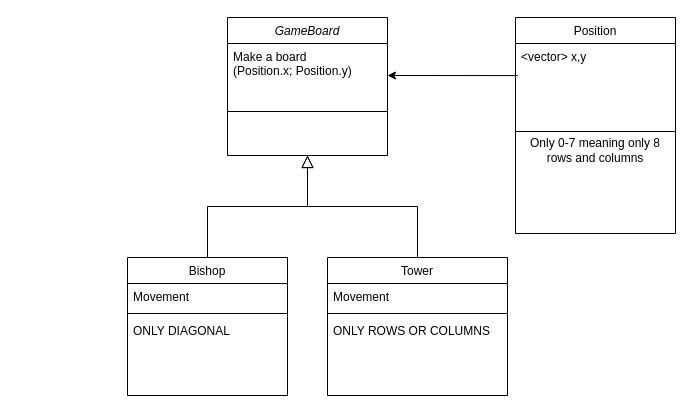
Yushikuni/UML-Diagrams keeps this draw.io diagram as Diagram bez názvu.drawio. Above is the earlier version. Source tidied: cells renumbered, new cells numbered last; positions are measured from the earlier drawing's top-left corner, leaving out a move shared by most shapes. Both pictures are drawn from the tidied source at 100%, with x=0, y=0 at pixel (127, 17).
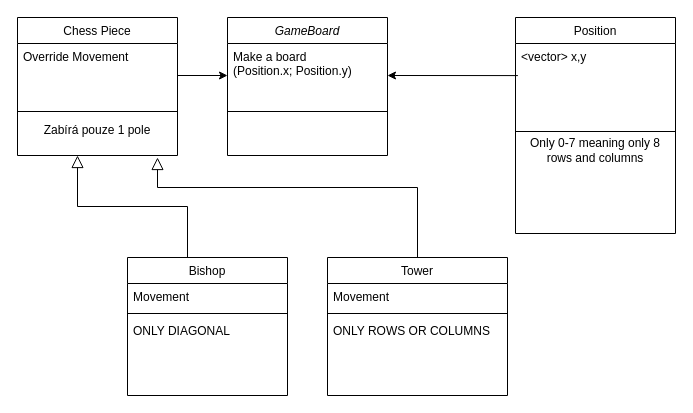
Above is the later version.

Unchanged cells that the change refers to:
```xml
<mxCell id="2" value="GameBoard" style="swimlane;fontStyle=2;align=center;verticalAlign=top;horizontal=1;startSize=26;rounded=0;shadow=0;strokeWidth=1;" parent="1" vertex="1">
  <mxGeometry x="100" width="160" height="138" as="geometry" />
</mxCell>
<mxCell id="3" value="Make a board &#10;(Position.x; Position.y)" style="text;align=left;verticalAlign=top;spacingLeft=4;spacingRight=4;overflow=hidden;points=[[0,0.5],[1,0.5]];portConstraint=eastwest;" parent="2" vertex="1">
  <mxGeometry y="26" width="160" height="64" as="geometry" />
</mxCell>
<mxCell id="5" value="Bishop" style="swimlane;fontStyle=0;align=center;verticalAlign=top;horizontal=1;startSize=26;rounded=0;shadow=0;strokeWidth=1;" parent="1" vertex="1">
  <mxGeometry y="240" width="160" height="138" as="geometry" />
</mxCell>
<mxCell id="16" value="Tower" style="swimlane;fontStyle=0;align=center;verticalAlign=top;horizontal=1;startSize=26;rounded=0;shadow=0;strokeWidth=1;" parent="1" vertex="1">
  <mxGeometry x="200" y="240" width="180" height="138" as="geometry" />
</mxCell>
```

The edit, as a diff of the source:
```diff
@@
-    <mxCell id="9" style="endArrow=block;endSize=10;endFill=0;shadow=0;strokeWidth=1;rounded=0;edgeStyle=elbowEdgeStyle;elbow=vertical;" parent="1" edge="1" source="5" target="2">
-      <mxGeometry relative="1" as="geometry" />
+    <mxCell id="9" style="endArrow=block;endSize=10;endFill=0;shadow=0;strokeWidth=1;rounded=0;edgeStyle=elbowEdgeStyle;elbow=vertical;exitX=0.5;exitY=0;exitDx=0;exitDy=0;" parent="1" edge="1" source="16">
+      <mxGeometry relative="1" as="geometry">
+        <mxPoint x="30" y="140" as="targetPoint" />
+        <Array as="points">
+          <mxPoint x="110" y="170" />
+        </Array>
+      </mxGeometry>
     </mxCell>
-    <mxCell id="10" style="endArrow=block;endSize=10;endFill=0;shadow=0;strokeWidth=1;rounded=0;edgeStyle=elbowEdgeStyle;elbow=vertical;" parent="1" edge="1" source="16" target="2">
-      <mxGeometry relative="1" as="geometry" />
+    <mxCell id="10" style="endArrow=block;endSize=10;endFill=0;shadow=0;strokeWidth=1;rounded=0;edgeStyle=elbowEdgeStyle;elbow=vertical;" parent="1" edge="1">
+      <mxGeometry relative="1" as="geometry">
+        <mxPoint x="60" y="240" as="sourcePoint" />
+        <mxPoint x="-50" y="138" as="targetPoint" />
+      </mxGeometry>
     </mxCell>
@@
+    <mxCell id="20" value="Chess Piece" style="swimlane;fontStyle=0;align=center;verticalAlign=top;horizontal=1;startSize=26;rounded=0;shadow=0;strokeWidth=1;" parent="1" vertex="1">
+      <mxGeometry x="-110" width="160" height="138" as="geometry" />
+    </mxCell>
+    <mxCell id="21" value="Override Movement" style="text;align=left;verticalAlign=top;spacingLeft=4;spacingRight=4;overflow=hidden;points=[[0,0.5],[1,0.5]];portConstraint=eastwest;" parent="20" vertex="1">
+      <mxGeometry y="26" width="160" height="64" as="geometry" />
+    </mxCell>
+    <mxCell id="22" style="line;html=1;strokeWidth=1;align=left;verticalAlign=middle;spacingTop=-1;spacingLeft=3;spacingRight=3;labelPosition=right;" parent="20" vertex="1">
+      <mxGeometry y="90" width="160" height="8" as="geometry" />
+    </mxCell>
+    <mxCell id="23" value="Zabírá pouze 1 pole" style="text;strokeColor=none;align=center;fillColor=none;html=1;verticalAlign=middle;whiteSpace=wrap;rounded=0;" parent="20" vertex="1">
+      <mxGeometry y="98" width="160" height="30" as="geometry" />
+    </mxCell>
+    <mxCell id="24" style="edgeStyle=orthogonalEdgeStyle;rounded=0;jettySize=auto;html=1;entryX=0;entryY=0.5;entryDx=0;entryDy=0;" parent="1" edge="1" source="21" target="3">
+      <mxGeometry relative="1" as="geometry" />
+    </mxCell>
```
